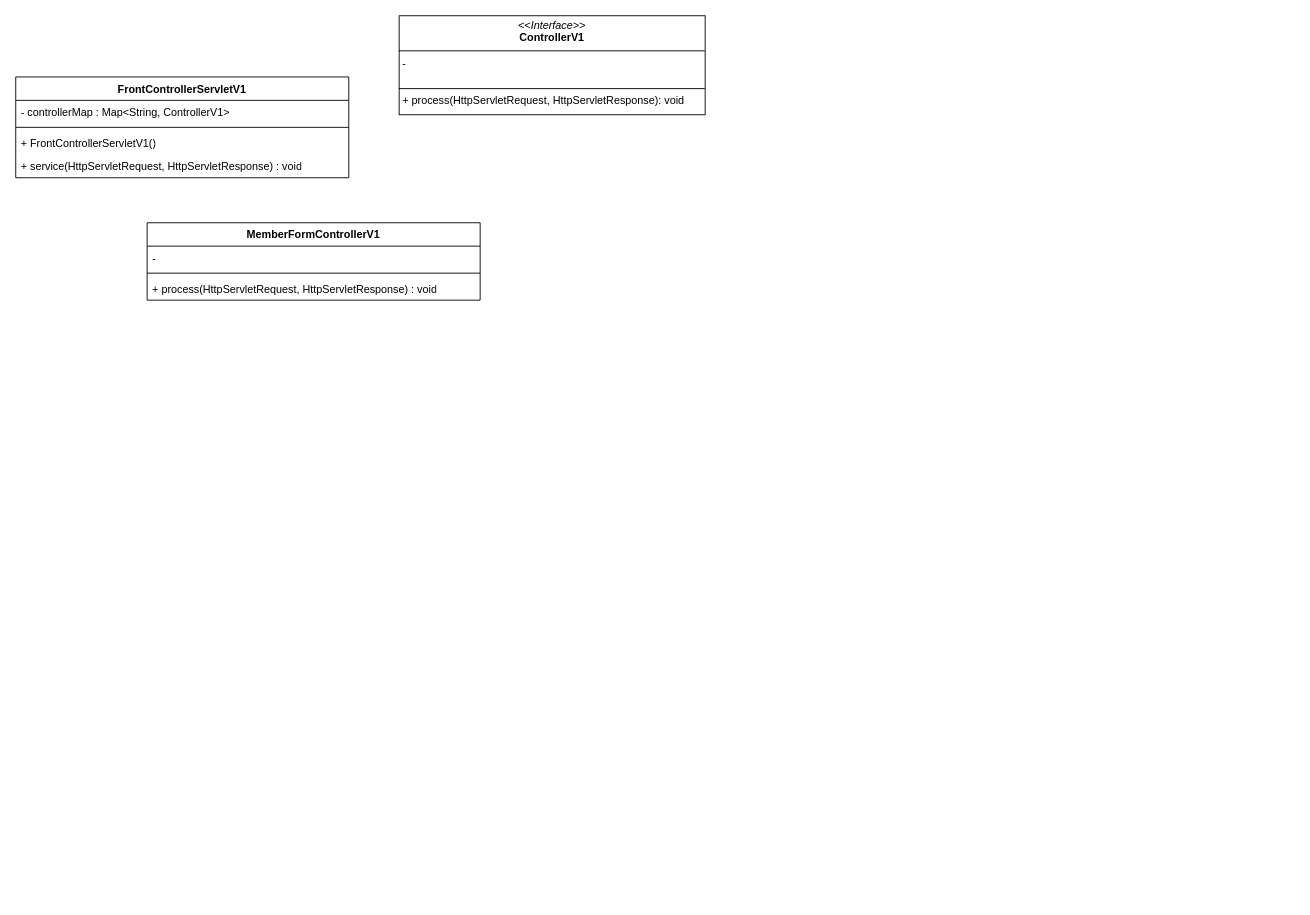
The draw.io diagram kimyh_servlet.drawio in realllbro/draw, before the edit. Source tidied: cells renumbered, new cells numbered last; positions are measured from the earlier drawing's top-left corner, leaving out a move shared by most shapes. Both pictures are drawn from the tidied source at 90%, with x=0, y=0 at pixel (15, 15).
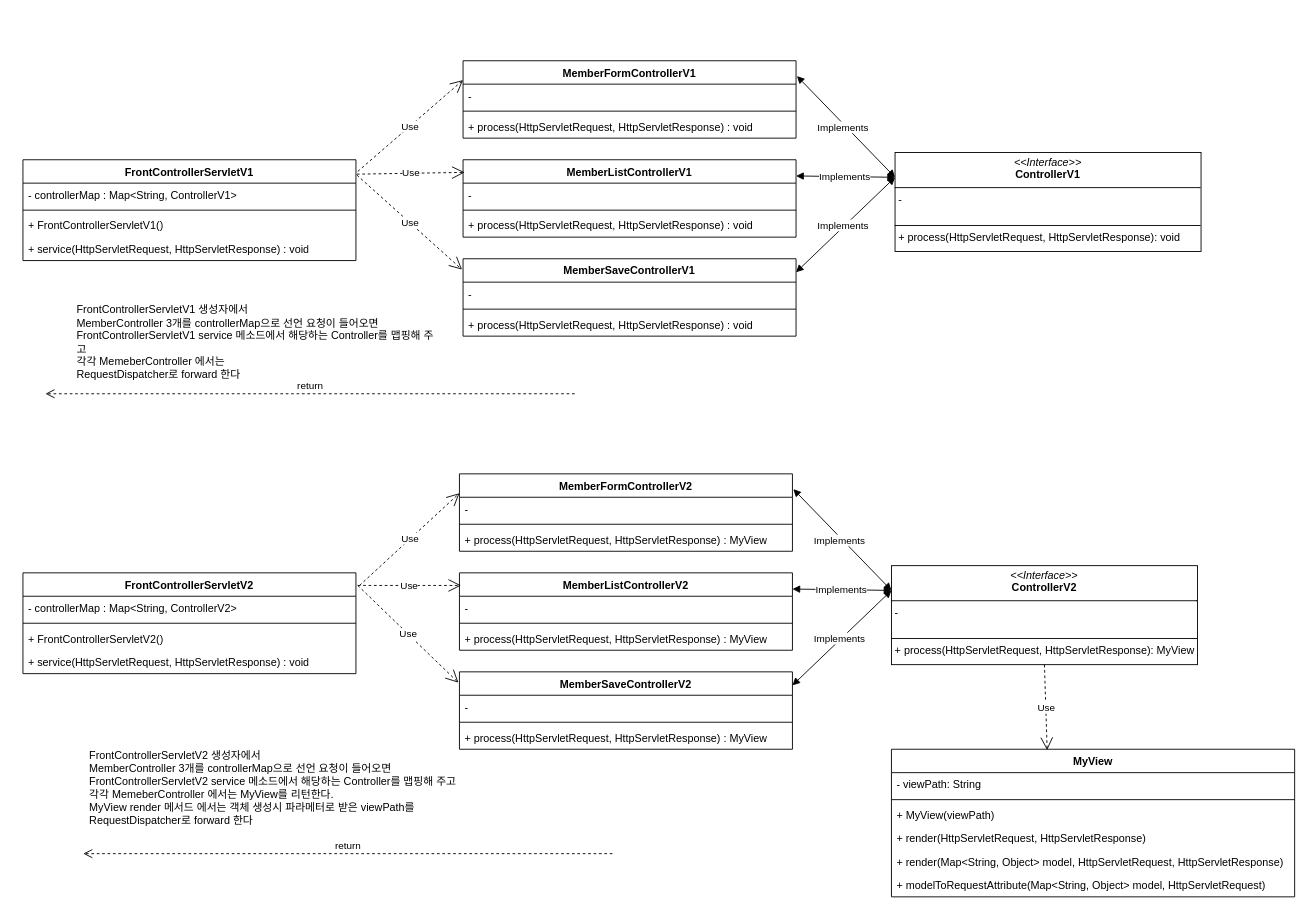
Above is the later version.

Diff of the diagram source:
```diff
@@
     <mxCell id="2" value="FrontControllerServletV1" style="swimlane;fontStyle=1;align=center;verticalAlign=top;horizontal=1;startSize=26;whiteSpace=wrap;html=1;" parent="1" vertex="1">
-      <mxGeometry y="68" width="370" height="112" as="geometry" />
+      <mxGeometry x="8" y="160" width="370" height="112" as="geometry" />
     </mxCell>
@@
     <mxCell id="7" value="&lt;p style=&quot;margin:0px;margin-top:4px;text-align:center;&quot;&gt;&lt;i&gt;&amp;lt;&amp;lt;Interface&amp;gt;&amp;gt;&lt;/i&gt;&lt;br&gt;&lt;b&gt;ControllerV1&lt;/b&gt;&lt;/p&gt;&lt;hr size=&quot;1&quot; style=&quot;border-style:solid;&quot;&gt;&lt;p style=&quot;margin:0px;margin-left:4px;&quot;&gt;-&amp;nbsp;&lt;br&gt;&lt;br&gt;&lt;/p&gt;&lt;hr size=&quot;1&quot; style=&quot;border-style:solid;&quot;&gt;&lt;p style=&quot;margin:0px;margin-left:4px;&quot;&gt;+ process(HttpServletRequest, HttpServletResponse): void&lt;br&gt;&lt;/p&gt;" style="verticalAlign=top;align=left;overflow=fill;html=1;whiteSpace=wrap;" parent="1" vertex="1">
-      <mxGeometry x="426" width="340" height="110" as="geometry" />
+      <mxGeometry x="977" y="152" width="340" height="110" as="geometry" />
     </mxCell>
     <mxCell id="8" value="MemberFormControllerV1" style="swimlane;fontStyle=1;align=center;verticalAlign=top;horizontal=1;startSize=26;whiteSpace=wrap;html=1;" parent="1" vertex="1">
-      <mxGeometry x="146" y="230" width="370" height="86" as="geometry" />
+      <mxGeometry x="497" y="50" width="370" height="86" as="geometry" />
     </mxCell>
@@
+    <mxCell id="12" value="MemberListControllerV1" style="swimlane;fontStyle=1;align=center;verticalAlign=top;horizontal=1;startSize=26;whiteSpace=wrap;html=1;" parent="1" vertex="1">
+      <mxGeometry x="497" y="160" width="370" height="86" as="geometry" />
+    </mxCell>
+    <mxCell id="13" value="&lt;span style=&quot;text-wrap: nowrap;&quot;&gt;-&amp;nbsp;&lt;/span&gt;" style="text;strokeColor=none;fillColor=none;align=left;verticalAlign=top;spacingLeft=4;spacingRight=4;overflow=hidden;whiteSpace=wrap;html=1;" parent="12" vertex="1">
+      <mxGeometry y="26" width="370" height="26" as="geometry" />
+    </mxCell>
+    <mxCell id="14" style="line;strokeWidth=1;fillColor=none;align=left;verticalAlign=middle;spacingTop=-1;spacingLeft=3;spacingRight=3;labelPosition=right;strokeColor=inherit;" parent="12" vertex="1">
+      <mxGeometry y="52" width="370" height="8" as="geometry" />
+    </mxCell>
+    <mxCell id="15" value="+ process(HttpServletRequest, HttpServletResponse) : void" style="text;strokeColor=none;fillColor=none;align=left;verticalAlign=top;spacingLeft=4;spacingRight=4;overflow=hidden;whiteSpace=wrap;html=1;" parent="12" vertex="1">
+      <mxGeometry y="60" width="370" height="26" as="geometry" />
+    </mxCell>
+    <mxCell id="16" value="MemberSaveControllerV1" style="swimlane;fontStyle=1;align=center;verticalAlign=top;horizontal=1;startSize=26;whiteSpace=wrap;html=1;" parent="1" vertex="1">
+      <mxGeometry x="497" y="270" width="370" height="86" as="geometry" />
+    </mxCell>
+    <mxCell id="17" value="&lt;span style=&quot;text-wrap: nowrap;&quot;&gt;-&amp;nbsp;&lt;/span&gt;" style="text;strokeColor=none;fillColor=none;align=left;verticalAlign=top;spacingLeft=4;spacingRight=4;overflow=hidden;whiteSpace=wrap;html=1;" parent="16" vertex="1">
+      <mxGeometry y="26" width="370" height="26" as="geometry" />
+    </mxCell>
+    <mxCell id="18" style="line;strokeWidth=1;fillColor=none;align=left;verticalAlign=middle;spacingTop=-1;spacingLeft=3;spacingRight=3;labelPosition=right;strokeColor=inherit;" parent="16" vertex="1">
+      <mxGeometry y="52" width="370" height="8" as="geometry" />
+    </mxCell>
+    <mxCell id="19" value="+ process(HttpServletRequest, HttpServletResponse) : void" style="text;strokeColor=none;fillColor=none;align=left;verticalAlign=top;spacingLeft=4;spacingRight=4;overflow=hidden;whiteSpace=wrap;html=1;" parent="16" vertex="1">
+      <mxGeometry y="60" width="370" height="26" as="geometry" />
+    </mxCell>
+    <mxCell id="20" value="Use" style="endArrow=open;endSize=12;dashed=1;html=1;rounded=0;entryX=0;entryY=0.25;entryDx=0;entryDy=0;" parent="1" edge="1" target="8">
+      <mxGeometry relative="1" as="geometry">
+        <mxPoint x="380" y="173" as="sourcePoint" />
+      </mxGeometry>
+    </mxCell>
+    <mxCell id="21" value="Use" style="endArrow=open;endSize=12;dashed=1;html=1;rounded=0;entryX=0.005;entryY=0.163;entryDx=0;entryDy=0;entryPerimeter=0;exitX=1.003;exitY=0.143;exitDx=0;exitDy=0;exitPerimeter=0;" parent="1" edge="1" source="2" target="12">
+      <mxGeometry relative="1" as="geometry" />
+    </mxCell>
+    <mxCell id="22" value="Use" style="endArrow=open;endSize=12;dashed=1;html=1;rounded=0;entryX=-0.003;entryY=0.14;entryDx=0;entryDy=0;entryPerimeter=0;" parent="1" edge="1" target="16">
+      <mxGeometry relative="1" as="geometry">
+        <mxPoint x="379" y="177" as="sourcePoint" />
+      </mxGeometry>
+    </mxCell>
+    <mxCell id="23" style="endArrow=block;startArrow=block;endFill=1;startFill=1;html=1;rounded=0;entryX=0;entryY=0.25;entryDx=0;entryDy=0;" parent="1" edge="1" target="7">
+      <mxGeometry relative="1" as="geometry">
+        <mxPoint x="868" y="67" as="sourcePoint" />
+      </mxGeometry>
+    </mxCell>
+    <mxCell id="24" style="endArrow=block;startArrow=block;endFill=1;startFill=1;html=1;rounded=0;entryX=0;entryY=0.25;entryDx=0;entryDy=0;" parent="1" edge="1" target="7">
+      <mxGeometry relative="1" as="geometry">
+        <mxPoint x="867" y="178" as="sourcePoint" />
+      </mxGeometry>
+    </mxCell>
+    <mxCell id="25" value="Implements" style="edgeLabel;html=1;align=center;verticalAlign=middle;" parent="24" vertex="1">
+      <mxGeometry x="-0.02" relative="1" as="geometry" />
+    </mxCell>
+    <mxCell id="26" style="endArrow=block;startArrow=block;endFill=1;startFill=1;html=1;rounded=0;entryX=0;entryY=0.25;entryDx=0;entryDy=0;" parent="1" edge="1" target="7">
+      <mxGeometry relative="1" as="geometry">
+        <mxPoint x="867" y="285" as="sourcePoint" />
+      </mxGeometry>
+    </mxCell>
+    <mxCell id="27" value="Implements" style="edgeLabel;html=1;align=center;verticalAlign=middle;" parent="1" vertex="1">
+      <mxGeometry x="918" y="123" as="geometry" />
+    </mxCell>
+    <mxCell id="28" value="Implements" style="edgeLabel;html=1;align=center;verticalAlign=middle;" parent="1" vertex="1">
+      <mxGeometry x="918" y="232" as="geometry" />
+    </mxCell>
+    <mxCell id="29" value="FrontControllerServletV2" style="swimlane;fontStyle=1;align=center;verticalAlign=top;horizontal=1;startSize=26;whiteSpace=wrap;html=1;" parent="1" vertex="1">
+      <mxGeometry x="8" y="619" width="370" height="112" as="geometry" />
+    </mxCell>
+    <mxCell id="30" value="&lt;span style=&quot;text-wrap: nowrap;&quot;&gt;- controllerMap : Map&amp;lt;String, ControllerV2&amp;gt;&lt;/span&gt;" style="text;strokeColor=none;fillColor=none;align=left;verticalAlign=top;spacingLeft=4;spacingRight=4;overflow=hidden;whiteSpace=wrap;html=1;" parent="29" vertex="1">
+      <mxGeometry y="26" width="370" height="26" as="geometry" />
+    </mxCell>
+    <mxCell id="31" style="line;strokeWidth=1;fillColor=none;align=left;verticalAlign=middle;spacingTop=-1;spacingLeft=3;spacingRight=3;labelPosition=right;strokeColor=inherit;" parent="29" vertex="1">
+      <mxGeometry y="52" width="370" height="8" as="geometry" />
+    </mxCell>
+    <mxCell id="32" value="&lt;span style=&quot;text-wrap: nowrap;&quot;&gt;+ FrontControllerServletV2()&lt;/span&gt;" style="text;strokeColor=none;fillColor=none;align=left;verticalAlign=top;spacingLeft=4;spacingRight=4;overflow=hidden;whiteSpace=wrap;html=1;" parent="29" vertex="1">
+      <mxGeometry y="60" width="370" height="26" as="geometry" />
+    </mxCell>
+    <mxCell id="33" value="+ service(HttpServletRequest, HttpServletResponse) : void" style="text;strokeColor=none;fillColor=none;align=left;verticalAlign=top;spacingLeft=4;spacingRight=4;overflow=hidden;whiteSpace=wrap;html=1;" parent="29" vertex="1">
+      <mxGeometry y="86" width="370" height="26" as="geometry" />
+    </mxCell>
+    <mxCell id="34" value="&lt;p style=&quot;margin:0px;margin-top:4px;text-align:center;&quot;&gt;&lt;i&gt;&amp;lt;&amp;lt;Interface&amp;gt;&amp;gt;&lt;/i&gt;&lt;br&gt;&lt;b&gt;ControllerV2&lt;/b&gt;&lt;/p&gt;&lt;hr size=&quot;1&quot; style=&quot;border-style:solid;&quot;&gt;&lt;p style=&quot;margin:0px;margin-left:4px;&quot;&gt;-&amp;nbsp;&lt;br&gt;&lt;br&gt;&lt;/p&gt;&lt;hr size=&quot;1&quot; style=&quot;border-style:solid;&quot;&gt;&lt;p style=&quot;margin:0px;margin-left:4px;&quot;&gt;+ process(HttpServletRequest, HttpServletResponse): MyView&lt;br&gt;&lt;/p&gt;" style="verticalAlign=top;align=left;overflow=fill;html=1;whiteSpace=wrap;" parent="1" vertex="1">
+      <mxGeometry x="973" y="611" width="340" height="110" as="geometry" />
+    </mxCell>
+    <mxCell id="35" value="MemberFormControllerV2" style="swimlane;fontStyle=1;align=center;verticalAlign=top;horizontal=1;startSize=26;whiteSpace=wrap;html=1;" parent="1" vertex="1">
+      <mxGeometry x="493" y="509" width="370" height="86" as="geometry" />
+    </mxCell>
+    <mxCell id="36" value="&lt;span style=&quot;text-wrap: nowrap;&quot;&gt;-&amp;nbsp;&lt;/span&gt;" style="text;strokeColor=none;fillColor=none;align=left;verticalAlign=top;spacingLeft=4;spacingRight=4;overflow=hidden;whiteSpace=wrap;html=1;" parent="35" vertex="1">
+      <mxGeometry y="26" width="370" height="26" as="geometry" />
+    </mxCell>
+    <mxCell id="37" style="line;strokeWidth=1;fillColor=none;align=left;verticalAlign=middle;spacingTop=-1;spacingLeft=3;spacingRight=3;labelPosition=right;strokeColor=inherit;" parent="35" vertex="1">
+      <mxGeometry y="52" width="370" height="8" as="geometry" />
+    </mxCell>
+    <mxCell id="38" value="+ process(HttpServletRequest, HttpServletResponse) : MyView" style="text;strokeColor=none;fillColor=none;align=left;verticalAlign=top;spacingLeft=4;spacingRight=4;overflow=hidden;whiteSpace=wrap;html=1;" parent="35" vertex="1">
+      <mxGeometry y="60" width="370" height="26" as="geometry" />
+    </mxCell>
+    <mxCell id="39" value="MemberListControllerV2" style="swimlane;fontStyle=1;align=center;verticalAlign=top;horizontal=1;startSize=26;whiteSpace=wrap;html=1;" parent="1" vertex="1">
+      <mxGeometry x="493" y="619" width="370" height="86" as="geometry" />
+    </mxCell>
+    <mxCell id="40" value="&lt;span style=&quot;text-wrap: nowrap;&quot;&gt;-&amp;nbsp;&lt;/span&gt;" style="text;strokeColor=none;fillColor=none;align=left;verticalAlign=top;spacingLeft=4;spacingRight=4;overflow=hidden;whiteSpace=wrap;html=1;" parent="39" vertex="1">
+      <mxGeometry y="26" width="370" height="26" as="geometry" />
+    </mxCell>
+    <mxCell id="41" style="line;strokeWidth=1;fillColor=none;align=left;verticalAlign=middle;spacingTop=-1;spacingLeft=3;spacingRight=3;labelPosition=right;strokeColor=inherit;" parent="39" vertex="1">
+      <mxGeometry y="52" width="370" height="8" as="geometry" />
+    </mxCell>
+    <mxCell id="42" value="+ process(HttpServletRequest, HttpServletResponse) : MyView" style="text;strokeColor=none;fillColor=none;align=left;verticalAlign=top;spacingLeft=4;spacingRight=4;overflow=hidden;whiteSpace=wrap;html=1;" parent="39" vertex="1">
+      <mxGeometry y="60" width="370" height="26" as="geometry" />
+    </mxCell>
+    <mxCell id="43" value="MemberSaveControllerV2" style="swimlane;fontStyle=1;align=center;verticalAlign=top;horizontal=1;startSize=26;whiteSpace=wrap;html=1;" parent="1" vertex="1">
+      <mxGeometry x="493" y="729" width="370" height="86" as="geometry" />
+    </mxCell>
+    <mxCell id="44" value="&lt;span style=&quot;text-wrap: nowrap;&quot;&gt;-&amp;nbsp;&lt;/span&gt;" style="text;strokeColor=none;fillColor=none;align=left;verticalAlign=top;spacingLeft=4;spacingRight=4;overflow=hidden;whiteSpace=wrap;html=1;" parent="43" vertex="1">
+      <mxGeometry y="26" width="370" height="26" as="geometry" />
+    </mxCell>
+    <mxCell id="45" style="line;strokeWidth=1;fillColor=none;align=left;verticalAlign=middle;spacingTop=-1;spacingLeft=3;spacingRight=3;labelPosition=right;strokeColor=inherit;" parent="43" vertex="1">
+      <mxGeometry y="52" width="370" height="8" as="geometry" />
+    </mxCell>
+    <mxCell id="46" value="+ process(HttpServletRequest, HttpServletResponse) : MyView" style="text;strokeColor=none;fillColor=none;align=left;verticalAlign=top;spacingLeft=4;spacingRight=4;overflow=hidden;whiteSpace=wrap;html=1;" parent="43" vertex="1">
+      <mxGeometry y="60" width="370" height="26" as="geometry" />
+    </mxCell>
+    <mxCell id="47" value="Use" style="endArrow=open;endSize=12;dashed=1;html=1;rounded=0;entryX=0;entryY=0.25;entryDx=0;entryDy=0;" parent="1" edge="1" target="35">
+      <mxGeometry relative="1" as="geometry">
+        <mxPoint x="382" y="633" as="sourcePoint" />
+      </mxGeometry>
+    </mxCell>
+    <mxCell id="48" value="Use" style="endArrow=open;endSize=12;dashed=1;html=1;rounded=0;entryX=0.005;entryY=0.163;entryDx=0;entryDy=0;entryPerimeter=0;" parent="1" edge="1" target="39">
+      <mxGeometry relative="1" as="geometry">
+        <mxPoint x="380" y="633" as="sourcePoint" />
+      </mxGeometry>
+    </mxCell>
+    <mxCell id="49" value="Use" style="endArrow=open;endSize=12;dashed=1;html=1;rounded=0;entryX=-0.003;entryY=0.14;entryDx=0;entryDy=0;entryPerimeter=0;" parent="1" edge="1" target="43">
+      <mxGeometry relative="1" as="geometry">
+        <mxPoint x="380" y="633" as="sourcePoint" />
+      </mxGeometry>
+    </mxCell>
+    <mxCell id="50" style="endArrow=block;startArrow=block;endFill=1;startFill=1;html=1;rounded=0;entryX=0;entryY=0.25;entryDx=0;entryDy=0;" parent="1" edge="1" target="34">
+      <mxGeometry relative="1" as="geometry">
+        <mxPoint x="864" y="526" as="sourcePoint" />
+      </mxGeometry>
+    </mxCell>
+    <mxCell id="51" style="endArrow=block;startArrow=block;endFill=1;startFill=1;html=1;rounded=0;entryX=0;entryY=0.25;entryDx=0;entryDy=0;" parent="1" edge="1" target="34">
+      <mxGeometry relative="1" as="geometry">
+        <mxPoint x="863" y="637" as="sourcePoint" />
+      </mxGeometry>
+    </mxCell>
+    <mxCell id="52" value="Implements" style="edgeLabel;html=1;align=center;verticalAlign=middle;" parent="51" vertex="1">
+      <mxGeometry x="-0.02" relative="1" as="geometry" />
+    </mxCell>
+    <mxCell id="53" style="endArrow=block;startArrow=block;endFill=1;startFill=1;html=1;rounded=0;entryX=0;entryY=0.25;entryDx=0;entryDy=0;" parent="1" edge="1" target="34">
+      <mxGeometry relative="1" as="geometry">
+        <mxPoint x="863" y="744" as="sourcePoint" />
+      </mxGeometry>
+    </mxCell>
+    <mxCell id="54" value="Implements" style="edgeLabel;html=1;align=center;verticalAlign=middle;" parent="1" vertex="1">
+      <mxGeometry x="914" y="582" as="geometry" />
+    </mxCell>
+    <mxCell id="55" value="Implements" style="edgeLabel;html=1;align=center;verticalAlign=middle;" parent="1" vertex="1">
+      <mxGeometry x="914" y="691" as="geometry" />
+    </mxCell>
+    <mxCell id="56" value="MyView" style="swimlane;fontStyle=1;align=center;verticalAlign=top;horizontal=1;startSize=26;whiteSpace=wrap;html=1;" parent="1" vertex="1">
+      <mxGeometry x="973" y="815" width="448" height="164" as="geometry" />
+    </mxCell>
+    <mxCell id="57" value="&lt;span style=&quot;text-wrap: nowrap;&quot;&gt;- viewPath: String&lt;/span&gt;" style="text;strokeColor=none;fillColor=none;align=left;verticalAlign=top;spacingLeft=4;spacingRight=4;overflow=hidden;whiteSpace=wrap;html=1;" parent="56" vertex="1">
+      <mxGeometry y="26" width="448" height="26" as="geometry" />
+    </mxCell>
+    <mxCell id="58" style="line;strokeWidth=1;fillColor=none;align=left;verticalAlign=middle;spacingTop=-1;spacingLeft=3;spacingRight=3;labelPosition=right;strokeColor=inherit;" parent="56" vertex="1">
+      <mxGeometry y="52" width="448" height="8" as="geometry" />
+    </mxCell>
+    <mxCell id="59" value="+ MyView(viewPath)" style="text;strokeColor=none;fillColor=none;align=left;verticalAlign=top;spacingLeft=4;spacingRight=4;overflow=hidden;whiteSpace=wrap;html=1;" parent="56" vertex="1">
+      <mxGeometry y="60" width="448" height="26" as="geometry" />
+    </mxCell>
+    <mxCell id="60" value="+ render(HttpServletRequest, HttpServletResponse)&amp;nbsp;" style="text;strokeColor=none;fillColor=none;align=left;verticalAlign=top;spacingLeft=4;spacingRight=4;overflow=hidden;whiteSpace=wrap;html=1;" parent="56" vertex="1">
+      <mxGeometry y="86" width="448" height="26" as="geometry" />
+    </mxCell>
+    <mxCell id="61" value="+ render(Map&amp;lt;String, Object&amp;gt; model, HttpServletRequest, HttpServletResponse)" style="text;strokeColor=none;fillColor=none;align=left;verticalAlign=top;spacingLeft=4;spacingRight=4;overflow=hidden;whiteSpace=wrap;html=1;" parent="56" vertex="1">
+      <mxGeometry y="112" width="448" height="26" as="geometry" />
+    </mxCell>
+    <mxCell id="62" value="+ modelToRequestAttribute(Map&amp;lt;String, Object&amp;gt; model, HttpServletRequest)" style="text;strokeColor=none;fillColor=none;align=left;verticalAlign=top;spacingLeft=4;spacingRight=4;overflow=hidden;whiteSpace=wrap;html=1;" parent="56" vertex="1">
+      <mxGeometry y="138" width="448" height="26" as="geometry" />
+    </mxCell>
+    <mxCell id="63" value="Use" style="endArrow=open;endSize=12;dashed=1;html=1;rounded=0;exitX=0.5;exitY=1;exitDx=0;exitDy=0;" parent="1" edge="1" source="34">
+      <mxGeometry relative="1" as="geometry">
+        <mxPoint x="1146" y="816" as="targetPoint" />
+      </mxGeometry>
+    </mxCell>
+    <mxCell id="64" value="return" style="html=1;verticalAlign=bottom;endArrow=open;dashed=1;endSize=8;curved=0;rounded=0;" parent="1" edge="1">
+      <mxGeometry relative="1" as="geometry">
+        <mxPoint x="663" y="931" as="sourcePoint" />
+        <mxPoint x="75" y="931" as="targetPoint" />
+      </mxGeometry>
+    </mxCell>
+    <mxCell id="65" value="return" style="html=1;verticalAlign=bottom;endArrow=open;dashed=1;endSize=8;curved=0;rounded=0;" parent="1" edge="1">
+      <mxGeometry relative="1" as="geometry">
+        <mxPoint x="621" y="420" as="sourcePoint" />
+        <mxPoint x="33" y="420" as="targetPoint" />
+      </mxGeometry>
+    </mxCell>
+    <mxCell id="66" value="FrontControllerServletV1 생성자에서&amp;nbsp;&lt;div&gt;&lt;div&gt;MemberController 3개를 controllerMap으로 선언&amp;nbsp;&lt;span style=&quot;background-color: initial;&quot;&gt;요청이 들어오면&amp;nbsp;&lt;/span&gt;&lt;/div&gt;&lt;/div&gt;&lt;div&gt;&lt;span style=&quot;background-color: initial;&quot;&gt;FrontControllerServletV1 service 메소드에서 해당하는 Controller를 맵핑해 주고&amp;nbsp;&lt;/span&gt;&lt;/div&gt;&lt;div&gt;&lt;span style=&quot;background-color: initial;&quot;&gt;각각 MemeberController 에서는&amp;nbsp;&lt;/span&gt;&lt;/div&gt;&lt;div&gt;&lt;span style=&quot;background-color: initial;&quot;&gt;RequestDispatcher로 forward 한다&amp;nbsp;&lt;/span&gt;&lt;/div&gt;" style="text;html=1;align=left;verticalAlign=middle;whiteSpace=wrap;rounded=0;" parent="1" vertex="1">
+      <mxGeometry x="66" y="343" width="413" height="39" as="geometry" />
+    </mxCell>
+    <mxCell id="67" value="FrontControllerServletV2 생성자에서&amp;nbsp;&lt;div&gt;&lt;div&gt;MemberController 3개를 controllerMap으로 선언&amp;nbsp;&lt;span style=&quot;background-color: initial;&quot;&gt;요청이 들어오면&amp;nbsp;&lt;/span&gt;&lt;/div&gt;&lt;/div&gt;&lt;div&gt;&lt;span style=&quot;background-color: initial;&quot;&gt;FrontControllerServletV2 service 메소드에서 해당하는 Controller를 맵핑해 주고&amp;nbsp;&lt;/span&gt;&lt;/div&gt;&lt;div&gt;&lt;span style=&quot;background-color: initial;&quot;&gt;각각 MemeberController 에서는 MyView를 리턴한다.&lt;/span&gt;&lt;/div&gt;&lt;div&gt;&lt;span style=&quot;background-color: initial;&quot;&gt;MyView render 메서드 에서는 객체 생성시 파라메터로 받은 viewPath를 &lt;/span&gt;&lt;span style=&quot;background-color: initial;&quot;&gt;RequestDispatcher로 forward 한다&amp;nbsp;&lt;/span&gt;&lt;/div&gt;" style="text;html=1;align=left;verticalAlign=middle;whiteSpace=wrap;rounded=0;" parent="1" vertex="1">
+      <mxGeometry x="80" y="838" width="419" height="39" as="geometry" />
+    </mxCell>
```
